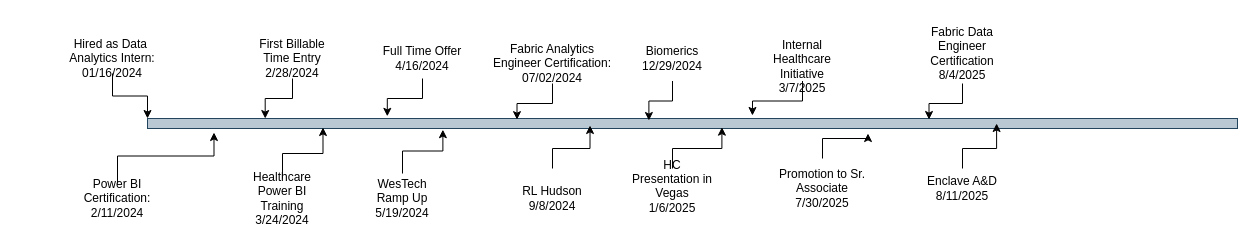
billjirik/drawio keeps this draw.io diagram as page "Page-1" (1 of 2) of BJ_TimeLine.drawio. Above is the earlier version. Source tidied: cells renumbered, new cells numbered last; positions are measured from the earlier drawing's top-left corner, leaving out a move shared by most shapes. Both pictures are drawn from the tidied source at 100%, with x=0, y=0 at pixel (17, 23).
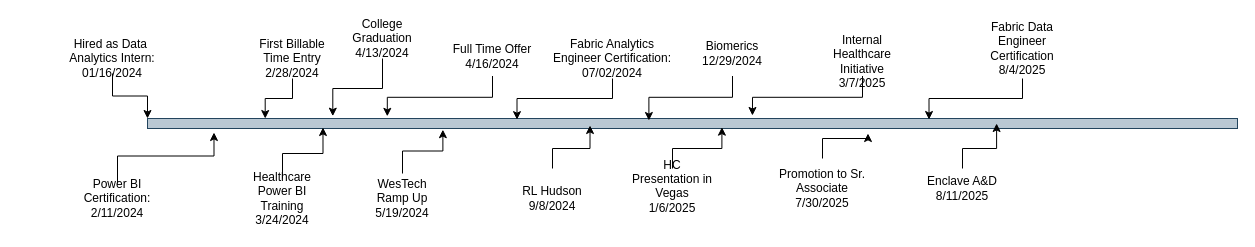
Above is the later version.

The change refers to these unchanged cells:
```xml
<mxCell id="2" style="rounded=0;whiteSpace=wrap;html=1;fillColor=#bac8d3;strokeColor=#23445d;" parent="1" vertex="1">
  <mxGeometry x="130" y="95" width="1090" height="10" as="geometry" />
</mxCell>
```

Change to the diagram source:
```diff
@@
     <mxCell id="9" value="Fabric Analytics Engineer Certification:&lt;div&gt;07/02/2024&lt;/div&gt;" style="text;html=1;align=center;verticalAlign=middle;whiteSpace=wrap;rounded=0;" parent="1" vertex="1">
-      <mxGeometry x="470" y="20" width="130" height="40" as="geometry" />
+      <mxGeometry x="530" y="15" width="130" height="40" as="geometry" />
     </mxCell>
@@
     <mxCell id="11" value="Biomerics&lt;div&gt;12/29/2024&lt;/div&gt;" style="text;html=1;align=center;verticalAlign=middle;whiteSpace=wrap;rounded=0;" parent="1" vertex="1">
-      <mxGeometry x="610" y="12.5" width="90" height="45" as="geometry" />
+      <mxGeometry x="670" y="7.5" width="90" height="45" as="geometry" />
     </mxCell>
@@
     <mxCell id="13" value="&lt;div&gt;&lt;div&gt;Internal Healthcare Initiative&lt;/div&gt;&lt;/div&gt;&lt;div&gt;3/7/2025&lt;/div&gt;" style="text;html=1;align=center;verticalAlign=middle;whiteSpace=wrap;rounded=0;" parent="1" vertex="1">
-      <mxGeometry x="740" y="27.5" width="90" height="30" as="geometry" />
+      <mxGeometry x="800" y="22.5" width="90" height="30" as="geometry" />
     </mxCell>
     <mxCell id="14" value="Full Time Offer&lt;div&gt;4/16/2024&lt;/div&gt;" style="text;html=1;align=center;verticalAlign=middle;whiteSpace=wrap;rounded=0;" parent="1" vertex="1">
-      <mxGeometry x="360" y="15" width="90" height="40" as="geometry" />
+      <mxGeometry x="430" y="12.5" width="90" height="40" as="geometry" />
     </mxCell>
@@
     <mxCell id="16" value="Fabric Data Engineer Certification&lt;div&gt;8/4/2025&lt;/div&gt;" style="text;html=1;align=center;verticalAlign=middle;whiteSpace=wrap;rounded=0;" parent="1" vertex="1">
-      <mxGeometry x="900" width="90" height="60" as="geometry" />
+      <mxGeometry x="960" y="-5" width="90" height="60" as="geometry" />
     </mxCell>
@@
+    <mxCell id="31" value="College Graduation&lt;div&gt;4/13/2024&lt;/div&gt;" style="text;html=1;align=center;verticalAlign=middle;whiteSpace=wrap;rounded=0;" parent="1" vertex="1">
+      <mxGeometry x="320" y="-5" width="90" height="40" as="geometry" />
+    </mxCell>
+    <mxCell id="32" style="edgeStyle=orthogonalEdgeStyle;rounded=0;jettySize=auto;html=1;entryX=0.17;entryY=-0.233;entryDx=0;entryDy=0;entryPerimeter=0;" parent="1" edge="1" source="31" target="2">
+      <mxGeometry relative="1" as="geometry" />
+    </mxCell>
```
